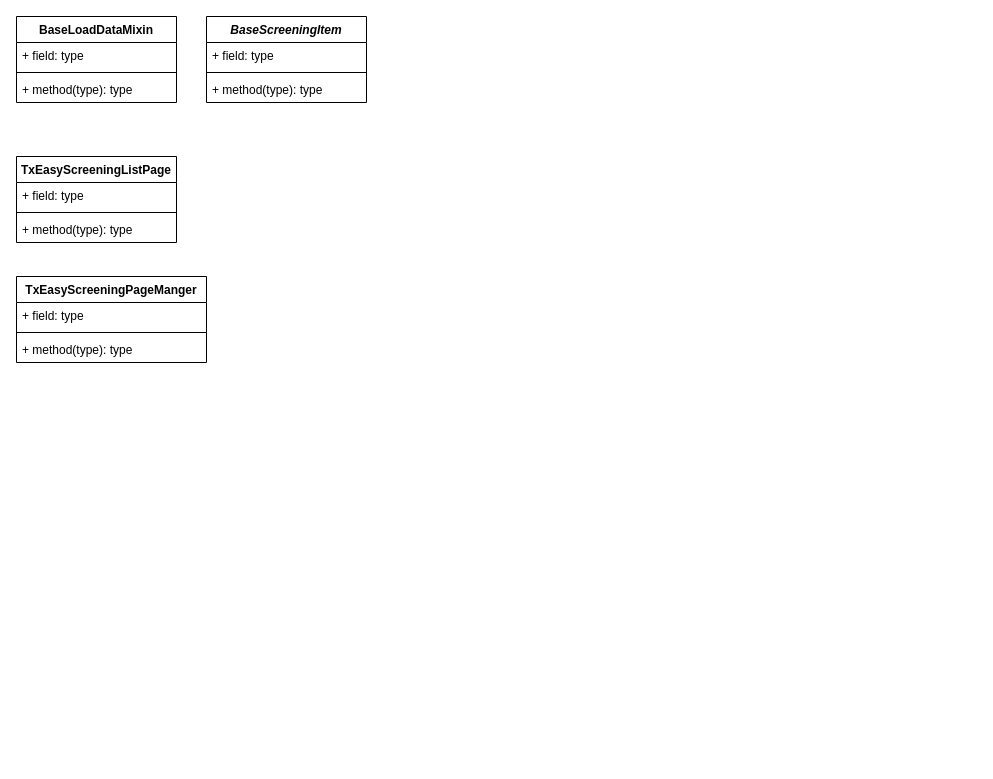
This is demo.drawio from Jinxishihenian/mind_mapping, a draw.io file, before an edit. Source tidied: cells renumbered, new cells numbered last; positions are measured from the earlier drawing's top-left corner, leaving out a move shared by most shapes. Both pictures are drawn from the tidied source at 100%, with x=0, y=0 at pixel (16, 16).
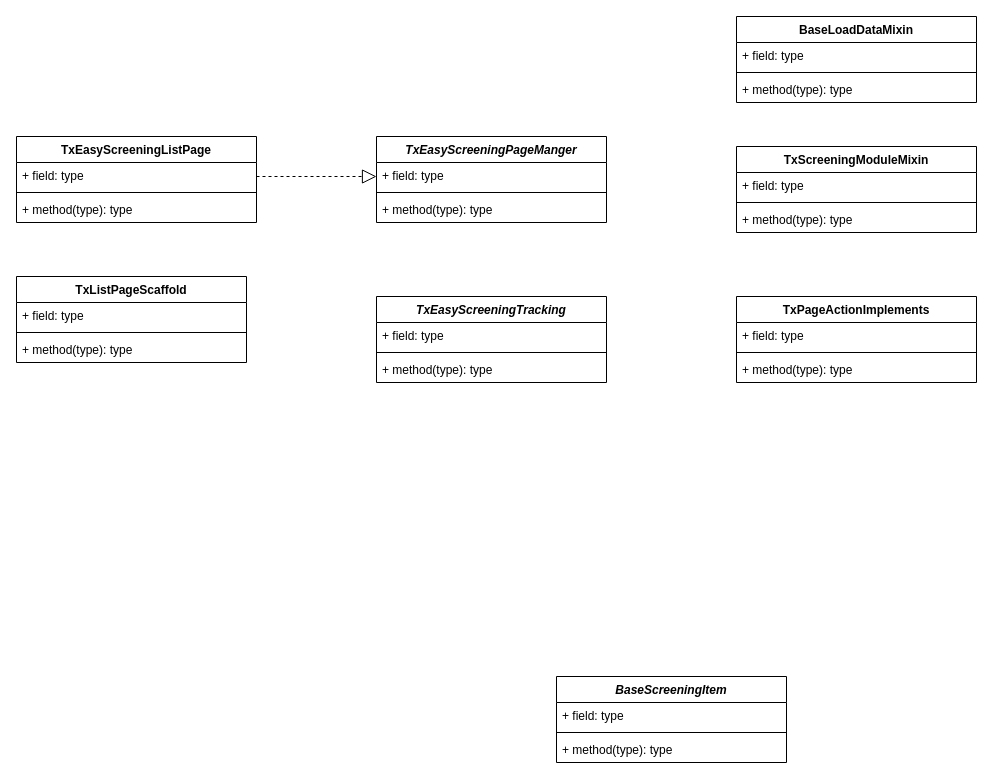
The same page after the edit.

Diff of the diagram source:
```diff
@@
     <mxCell id="2" value="BaseLoadDataMixin&#10;" style="swimlane;fontStyle=1;align=center;verticalAlign=top;horizontal=1;startSize=26;shadow=0;" parent="1" vertex="1">
-      <mxGeometry width="160" height="86" as="geometry" />
+      <mxGeometry x="720" width="240" height="86" as="geometry" />
     </mxCell>
     <mxCell id="3" value="+ field: type" style="text;strokeColor=none;fillColor=none;align=left;verticalAlign=top;spacingLeft=4;spacingRight=4;overflow=hidden;" parent="2" vertex="1">
-      <mxGeometry y="26" width="160" height="26" as="geometry" />
+      <mxGeometry y="26" width="240" height="26" as="geometry" />
     </mxCell>
     <mxCell id="4" style="line;strokeWidth=1;fillColor=none;align=left;verticalAlign=middle;spacingTop=-1;spacingLeft=3;spacingRight=3;labelPosition=right;" parent="2" vertex="1">
-      <mxGeometry y="52" width="160" height="8" as="geometry" />
+      <mxGeometry y="52" width="240" height="8" as="geometry" />
     </mxCell>
     <mxCell id="5" value="+ method(type): type" style="text;strokeColor=none;fillColor=none;align=left;verticalAlign=top;spacingLeft=4;spacingRight=4;overflow=hidden;" parent="2" vertex="1">
-      <mxGeometry y="60" width="160" height="26" as="geometry" />
+      <mxGeometry y="60" width="240" height="26" as="geometry" />
     </mxCell>
     <mxCell id="6" value="BaseScreeningItem" style="swimlane;fontStyle=3;align=center;verticalAlign=top;horizontal=1;startSize=26;shadow=0;" parent="1" vertex="1">
-      <mxGeometry x="190" width="160" height="86" as="geometry" />
+      <mxGeometry x="540" y="660" width="230" height="86" as="geometry" />
     </mxCell>
     <mxCell id="7" value="+ field: type" style="text;strokeColor=none;fillColor=none;align=left;verticalAlign=top;spacingLeft=4;spacingRight=4;overflow=hidden;shadow=0;" parent="6" vertex="1">
-      <mxGeometry y="26" width="160" height="26" as="geometry" />
+      <mxGeometry y="26" width="230" height="26" as="geometry" />
     </mxCell>
     <mxCell id="8" style="line;strokeWidth=1;fillColor=none;align=left;verticalAlign=middle;spacingTop=-1;spacingLeft=3;spacingRight=3;labelPosition=right;shadow=0;" parent="6" vertex="1">
-      <mxGeometry y="52" width="160" height="8" as="geometry" />
+      <mxGeometry y="52" width="230" height="8" as="geometry" />
     </mxCell>
     <mxCell id="9" value="+ method(type): type" style="text;strokeColor=none;fillColor=none;align=left;verticalAlign=top;spacingLeft=4;spacingRight=4;overflow=hidden;shadow=0;" parent="6" vertex="1">
-      <mxGeometry y="60" width="160" height="26" as="geometry" />
+      <mxGeometry y="60" width="230" height="26" as="geometry" />
     </mxCell>
     <mxCell id="10" value="TxEasyScreeningListPage" style="swimlane;fontStyle=1;align=center;verticalAlign=top;horizontal=1;startSize=26;shadow=0;" parent="1" vertex="1">
-      <mxGeometry y="140" width="160" height="86" as="geometry" />
+      <mxGeometry y="120" width="240" height="86" as="geometry" />
     </mxCell>
     <mxCell id="11" value="+ field: type" style="text;strokeColor=none;fillColor=none;align=left;verticalAlign=top;spacingLeft=4;spacingRight=4;overflow=hidden;shadow=0;" parent="10" vertex="1">
-      <mxGeometry y="26" width="160" height="26" as="geometry" />
+      <mxGeometry y="26" width="240" height="26" as="geometry" />
     </mxCell>
     <mxCell id="12" style="line;strokeWidth=1;fillColor=none;align=left;verticalAlign=middle;spacingTop=-1;spacingLeft=3;spacingRight=3;labelPosition=right;shadow=0;" parent="10" vertex="1">
-      <mxGeometry y="52" width="160" height="8" as="geometry" />
+      <mxGeometry y="52" width="240" height="8" as="geometry" />
     </mxCell>
     <mxCell id="13" value="+ method(type): type" style="text;strokeColor=none;fillColor=none;align=left;verticalAlign=top;spacingLeft=4;spacingRight=4;overflow=hidden;shadow=0;" parent="10" vertex="1">
-      <mxGeometry y="60" width="160" height="26" as="geometry" />
+      <mxGeometry y="60" width="240" height="26" as="geometry" />
     </mxCell>
-    <mxCell id="14" value="TxEasyScreeningPageManger" style="swimlane;fontStyle=1;align=center;verticalAlign=top;horizontal=1;startSize=26;shadow=0;" parent="1" vertex="1">
-      <mxGeometry y="260" width="190" height="86" as="geometry" />
+    <mxCell id="14" value="TxEasyScreeningPageManger" style="swimlane;fontStyle=3;align=center;verticalAlign=top;horizontal=1;startSize=26;shadow=0;" parent="1" vertex="1">
+      <mxGeometry x="360" y="120" width="230" height="86" as="geometry" />
     </mxCell>
     <mxCell id="15" value="+ field: type" style="text;strokeColor=none;fillColor=none;align=left;verticalAlign=top;spacingLeft=4;spacingRight=4;overflow=hidden;shadow=0;" parent="14" vertex="1">
-      <mxGeometry y="26" width="190" height="26" as="geometry" />
+      <mxGeometry y="26" width="230" height="26" as="geometry" />
     </mxCell>
     <mxCell id="16" style="line;strokeWidth=1;fillColor=none;align=left;verticalAlign=middle;spacingTop=-1;spacingLeft=3;spacingRight=3;labelPosition=right;shadow=0;" parent="14" vertex="1">
-      <mxGeometry y="52" width="190" height="8" as="geometry" />
+      <mxGeometry y="52" width="230" height="8" as="geometry" />
     </mxCell>
     <mxCell id="17" value="+ method(type): type" style="text;strokeColor=none;fillColor=none;align=left;verticalAlign=top;spacingLeft=4;spacingRight=4;overflow=hidden;shadow=0;" parent="14" vertex="1">
-      <mxGeometry y="60" width="190" height="26" as="geometry" />
+      <mxGeometry y="60" width="230" height="26" as="geometry" />
     </mxCell>
+    <mxCell id="18" value="TxScreeningModuleMixin&#10;" style="swimlane;fontStyle=1;align=center;verticalAlign=top;horizontal=1;startSize=26;shadow=0;" parent="1" vertex="1">
+      <mxGeometry x="720" y="130" width="240" height="86" as="geometry" />
+    </mxCell>
+    <mxCell id="19" value="+ field: type" style="text;strokeColor=none;fillColor=none;align=left;verticalAlign=top;spacingLeft=4;spacingRight=4;overflow=hidden;shadow=0;" parent="18" vertex="1">
+      <mxGeometry y="26" width="240" height="26" as="geometry" />
+    </mxCell>
+    <mxCell id="20" style="line;strokeWidth=1;fillColor=none;align=left;verticalAlign=middle;spacingTop=-1;spacingLeft=3;spacingRight=3;labelPosition=right;shadow=0;" parent="18" vertex="1">
+      <mxGeometry y="52" width="240" height="8" as="geometry" />
+    </mxCell>
+    <mxCell id="21" value="+ method(type): type" style="text;strokeColor=none;fillColor=none;align=left;verticalAlign=top;spacingLeft=4;spacingRight=4;overflow=hidden;shadow=0;" parent="18" vertex="1">
+      <mxGeometry y="60" width="240" height="26" as="geometry" />
+    </mxCell>
+    <mxCell id="22" value="TxPageActionImplements" style="swimlane;fontStyle=1;align=center;verticalAlign=top;horizontal=1;startSize=26;shadow=0;" parent="1" vertex="1">
+      <mxGeometry x="720" y="280" width="240" height="86" as="geometry" />
+    </mxCell>
+    <mxCell id="23" value="+ field: type" style="text;strokeColor=none;fillColor=none;align=left;verticalAlign=top;spacingLeft=4;spacingRight=4;overflow=hidden;shadow=0;" parent="22" vertex="1">
+      <mxGeometry y="26" width="240" height="26" as="geometry" />
+    </mxCell>
+    <mxCell id="24" style="line;strokeWidth=1;fillColor=none;align=left;verticalAlign=middle;spacingTop=-1;spacingLeft=3;spacingRight=3;labelPosition=right;shadow=0;" parent="22" vertex="1">
+      <mxGeometry y="52" width="240" height="8" as="geometry" />
+    </mxCell>
+    <mxCell id="25" value="+ method(type): type" style="text;strokeColor=none;fillColor=none;align=left;verticalAlign=top;spacingLeft=4;spacingRight=4;overflow=hidden;shadow=0;" parent="22" vertex="1">
+      <mxGeometry y="60" width="240" height="26" as="geometry" />
+    </mxCell>
+    <mxCell id="26" value="TxEasyScreeningTracking&#10;" style="swimlane;fontStyle=3;align=center;verticalAlign=top;horizontal=1;startSize=26;shadow=0;" parent="1" vertex="1">
+      <mxGeometry x="360" y="280" width="230" height="86" as="geometry" />
+    </mxCell>
+    <mxCell id="27" value="+ field: type" style="text;strokeColor=none;fillColor=none;align=left;verticalAlign=top;spacingLeft=4;spacingRight=4;overflow=hidden;shadow=0;" parent="26" vertex="1">
+      <mxGeometry y="26" width="230" height="26" as="geometry" />
+    </mxCell>
+    <mxCell id="28" style="line;strokeWidth=1;fillColor=none;align=left;verticalAlign=middle;spacingTop=-1;spacingLeft=3;spacingRight=3;labelPosition=right;shadow=0;" parent="26" vertex="1">
+      <mxGeometry y="52" width="230" height="8" as="geometry" />
+    </mxCell>
+    <mxCell id="29" value="+ method(type): type" style="text;strokeColor=none;fillColor=none;align=left;verticalAlign=top;spacingLeft=4;spacingRight=4;overflow=hidden;shadow=0;" parent="26" vertex="1">
+      <mxGeometry y="60" width="230" height="26" as="geometry" />
+    </mxCell>
+    <mxCell id="30" value="TxListPageScaffold" style="swimlane;fontStyle=1;align=center;verticalAlign=top;horizontal=1;startSize=26;shadow=0;" parent="1" vertex="1">
+      <mxGeometry y="260" width="230" height="86" as="geometry" />
+    </mxCell>
+    <mxCell id="31" value="+ field: type" style="text;strokeColor=none;fillColor=none;align=left;verticalAlign=top;spacingLeft=4;spacingRight=4;overflow=hidden;shadow=0;" parent="30" vertex="1">
+      <mxGeometry y="26" width="230" height="26" as="geometry" />
+    </mxCell>
+    <mxCell id="32" style="line;strokeWidth=1;fillColor=none;align=left;verticalAlign=middle;spacingTop=-1;spacingLeft=3;spacingRight=3;labelPosition=right;shadow=0;" parent="30" vertex="1">
+      <mxGeometry y="52" width="230" height="8" as="geometry" />
+    </mxCell>
+    <mxCell id="33" value="+ method(type): type" style="text;strokeColor=none;fillColor=none;align=left;verticalAlign=top;spacingLeft=4;spacingRight=4;overflow=hidden;shadow=0;" parent="30" vertex="1">
+      <mxGeometry y="60" width="230" height="26" as="geometry" />
+    </mxCell>
+    <mxCell id="34" style="endArrow=block;dashed=1;endFill=0;endSize=12;html=1;rounded=0;" parent="1" edge="1">
+      <mxGeometry relative="1" as="geometry">
+        <mxPoint x="240" y="160" as="sourcePoint" />
+        <mxPoint x="360" y="160" as="targetPoint" />
+      </mxGeometry>
+    </mxCell>
```
